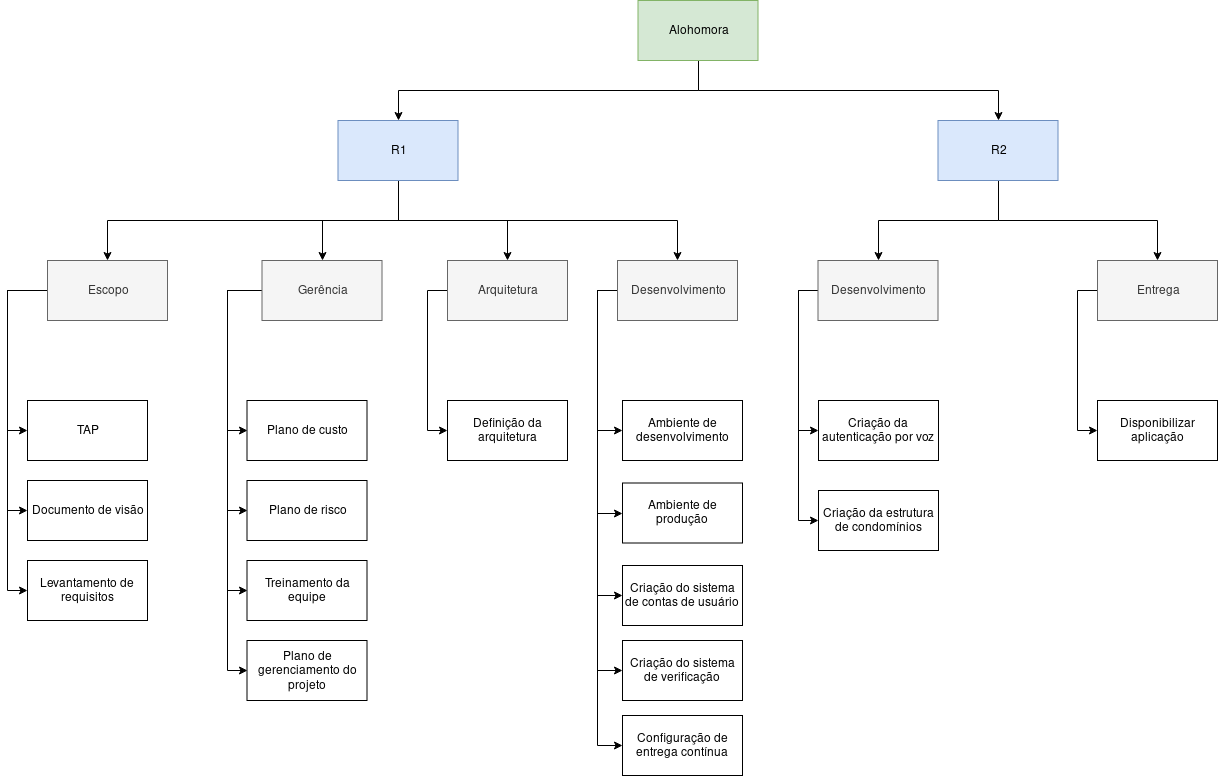
Alohomora-team/AlohomoraAPI keeps this draw.io diagram as docs/img/eap.png. Above is the earlier version. Source tidied: cells renumbered, new cells last; positions are measured from the earlier drawing's top-left corner, leaving out a move shared by most shapes.
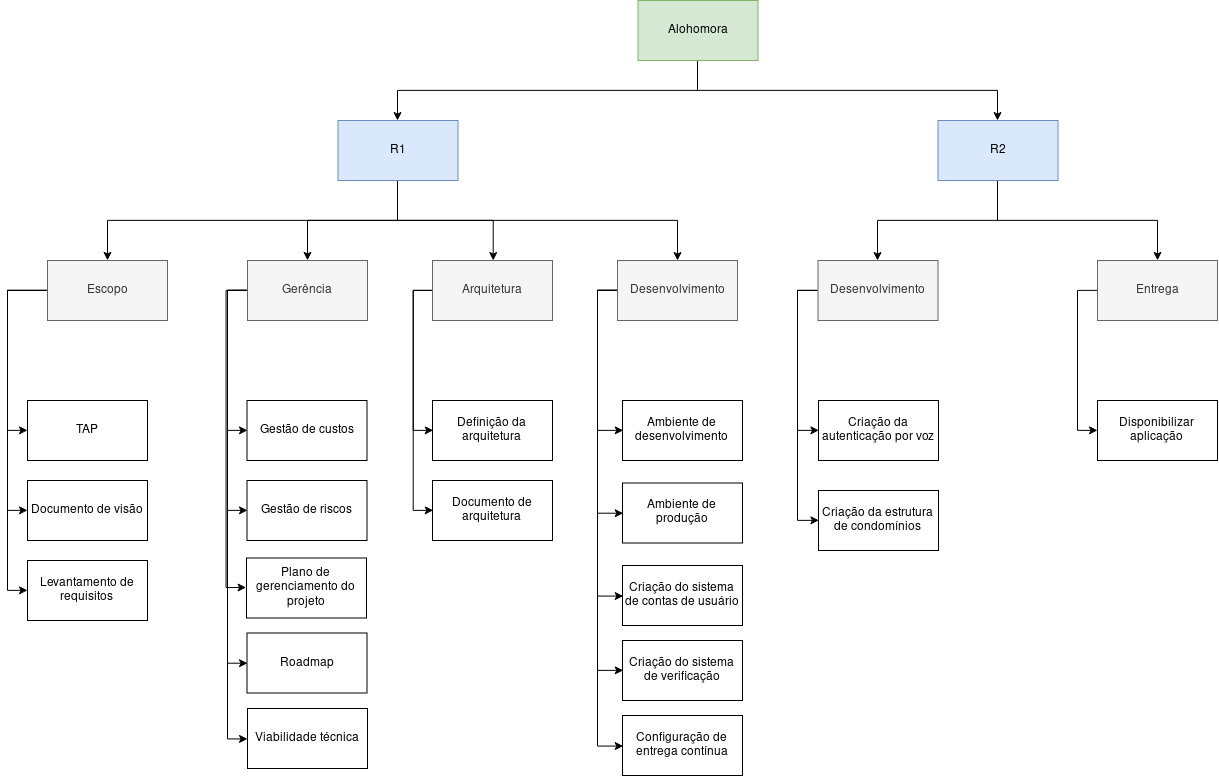
Above is the later version.

Diff of the diagram source:
```diff
@@ -53,20 +53,26 @@
     <mxCell id="18" style="edgeStyle=orthogonalEdgeStyle;rounded=0;jettySize=auto;html=1;exitX=0;exitY=0.5;exitDx=0;exitDy=0;entryX=0;entryY=0.5;entryDx=0;entryDy=0;" parent="1" edge="1" source="21" target="37">
       <mxGeometry relative="1" as="geometry" />
     </mxCell>
-    <mxCell id="19" style="edgeStyle=orthogonalEdgeStyle;rounded=0;jettySize=auto;html=1;exitX=0;exitY=0.5;exitDx=0;exitDy=0;entryX=0;entryY=0.5;entryDx=0;entryDy=0;" parent="1" edge="1" source="21" target="38">
-      <mxGeometry relative="1" as="geometry" />
-    </mxCell>
     <mxCell id="20" style="edgeStyle=orthogonalEdgeStyle;rounded=0;jettySize=auto;html=1;exitX=0;exitY=0.5;exitDx=0;exitDy=0;entryX=0;entryY=0.5;entryDx=0;entryDy=0;" parent="1" edge="1" source="21" target="44">
       <mxGeometry relative="1" as="geometry" />
     </mxCell>
+    <mxCell id="51" style="edgeStyle=orthogonalEdgeStyle;rounded=0;jettySize=auto;html=1;exitX=0;exitY=0.5;exitDx=0;exitDy=0;entryX=0;entryY=0.5;entryDx=0;entryDy=0;" parent="1" edge="1" source="21" target="54">
+      <mxGeometry relative="1" as="geometry" />
+    </mxCell>
+    <mxCell id="52" style="edgeStyle=orthogonalEdgeStyle;rounded=0;jettySize=auto;html=1;exitX=0;exitY=0.5;exitDx=0;exitDy=0;entryX=0;entryY=0.5;entryDx=0;entryDy=0;" parent="1" edge="1" source="21" target="56">
+      <mxGeometry relative="1" as="geometry" />
+    </mxCell>
     <mxCell id="21" value="Gerência" style="rounded=0;whiteSpace=wrap;html=1;fillColor=#f5f5f5;strokeColor=#666666;fontColor=#333333;" parent="1" vertex="1">
-      <mxGeometry x="234.5" y="260" width="120" height="60" as="geometry" />
+      <mxGeometry x="220" y="260" width="120" height="60" as="geometry" />
     </mxCell>
     <mxCell id="22" style="edgeStyle=orthogonalEdgeStyle;rounded=0;jettySize=auto;html=1;exitX=0;exitY=0.5;exitDx=0;exitDy=0;entryX=0;entryY=0.5;entryDx=0;entryDy=0;" parent="1" edge="1" source="23" target="33">
       <mxGeometry relative="1" as="geometry" />
     </mxCell>
+    <mxCell id="53" style="edgeStyle=orthogonalEdgeStyle;rounded=0;jettySize=auto;html=1;exitX=0;exitY=0.5;exitDx=0;exitDy=0;entryX=0;entryY=0.5;entryDx=0;entryDy=0;" parent="1" edge="1" source="23" target="55">
+      <mxGeometry relative="1" as="geometry" />
+    </mxCell>
     <mxCell id="23" value="Arquitetura" style="rounded=0;whiteSpace=wrap;html=1;fillColor=#f5f5f5;strokeColor=#666666;fontColor=#333333;" parent="1" vertex="1">
-      <mxGeometry x="420" y="260" width="120" height="60" as="geometry" />
+      <mxGeometry x="405" y="260" width="120" height="60" as="geometry" />
     </mxCell>
     <mxCell id="24" style="edgeStyle=orthogonalEdgeStyle;rounded=0;jettySize=auto;html=1;exitX=0;exitY=0.5;exitDx=0;exitDy=0;entryX=0;entryY=0.5;entryDx=0;entryDy=0;" parent="1" edge="1" source="29" target="34">
       <mxGeometry relative="1" as="geometry" />
@@ -96,7 +102,7 @@
       <mxGeometry y="560" width="120" height="60" as="geometry" />
     </mxCell>
     <mxCell id="33" value="&lt;div&gt;Definição da arquitetura&lt;/div&gt;" style="rounded=0;whiteSpace=wrap;html=1;" parent="1" vertex="1">
-      <mxGeometry x="420" y="400" width="120" height="60" as="geometry" />
+      <mxGeometry x="405" y="400" width="120" height="60" as="geometry" />
     </mxCell>
     <mxCell id="34" value="&lt;div&gt;Ambiente de desenvolvimento&lt;/div&gt;" style="rounded=0;whiteSpace=wrap;html=1;" parent="1" vertex="1">
       <mxGeometry x="595" y="400" width="120" height="60" as="geometry" />
@@ -104,15 +110,12 @@
     <mxCell id="35" value="&lt;div&gt;Ambiente de produção&lt;/div&gt;" style="rounded=0;whiteSpace=wrap;html=1;" parent="1" vertex="1">
       <mxGeometry x="595" y="482.5" width="120" height="60" as="geometry" />
     </mxCell>
-    <mxCell id="36" value="&lt;div&gt;Plano de custo&lt;/div&gt;" style="rounded=0;whiteSpace=wrap;html=1;" parent="1" vertex="1">
+    <mxCell id="36" value="Gestão de custos" style="rounded=0;whiteSpace=wrap;html=1;" parent="1" vertex="1">
       <mxGeometry x="219.5" y="400" width="120" height="60" as="geometry" />
     </mxCell>
-    <mxCell id="37" value="&lt;div&gt;Plano de risco&lt;/div&gt;" style="rounded=0;whiteSpace=wrap;html=1;" parent="1" vertex="1">
+    <mxCell id="37" value="Gestão de riscos" style="rounded=0;whiteSpace=wrap;html=1;" parent="1" vertex="1">
       <mxGeometry x="219.5" y="480" width="120" height="60" as="geometry" />
     </mxCell>
-    <mxCell id="38" value="&lt;div&gt;Treinamento da equipe&lt;/div&gt;" style="rounded=0;whiteSpace=wrap;html=1;" parent="1" vertex="1">
-      <mxGeometry x="219.5" y="560" width="120" height="60" as="geometry" />
-    </mxCell>
     <mxCell id="39" style="edgeStyle=orthogonalEdgeStyle;rounded=0;jettySize=auto;html=1;exitX=0;exitY=0.5;exitDx=0;exitDy=0;entryX=0;entryY=0.5;entryDx=0;entryDy=0;" parent="1" edge="1" source="41" target="49">
       <mxGeometry relative="1" as="geometry" />
     </mxCell>
@@ -129,7 +132,7 @@
       <mxGeometry x="1070" y="260" width="120" height="60" as="geometry" />
     </mxCell>
     <mxCell id="44" value="Plano de gerenciamento do projeto" style="rounded=0;whiteSpace=wrap;html=1;" parent="1" vertex="1">
-      <mxGeometry x="219.5" y="640" width="120" height="60" as="geometry" />
+      <mxGeometry x="219" y="557.5" width="120" height="60" as="geometry" />
     </mxCell>
     <mxCell id="45" value="&lt;div&gt;Criação do sistema de contas de usuário&lt;/div&gt;" style="rounded=0;whiteSpace=wrap;html=1;" parent="1" vertex="1">
       <mxGeometry x="595" y="565" width="120" height="60" as="geometry" />
@@ -149,5 +152,14 @@
     <mxCell id="50" value="Criação da estrutura de condomínios" style="rounded=0;whiteSpace=wrap;html=1;" parent="1" vertex="1">
       <mxGeometry x="791" y="490" width="120" height="60" as="geometry" />
     </mxCell>
+    <mxCell id="54" value="Roadmap" style="rounded=0;whiteSpace=wrap;html=1;" parent="1" vertex="1">
+      <mxGeometry x="219.5" y="632.5" width="120" height="60" as="geometry" />
+    </mxCell>
+    <mxCell id="55" value="Documento de arquitetura" style="rounded=0;whiteSpace=wrap;html=1;" parent="1" vertex="1">
+      <mxGeometry x="405" y="480" width="120" height="60" as="geometry" />
+    </mxCell>
+    <mxCell id="56" value="Viabilidade técnica" style="rounded=0;whiteSpace=wrap;html=1;" parent="1" vertex="1">
+      <mxGeometry x="220" y="708" width="120" height="60" as="geometry" />
+    </mxCell>
   </root>
 </mxGraphModel>
```
